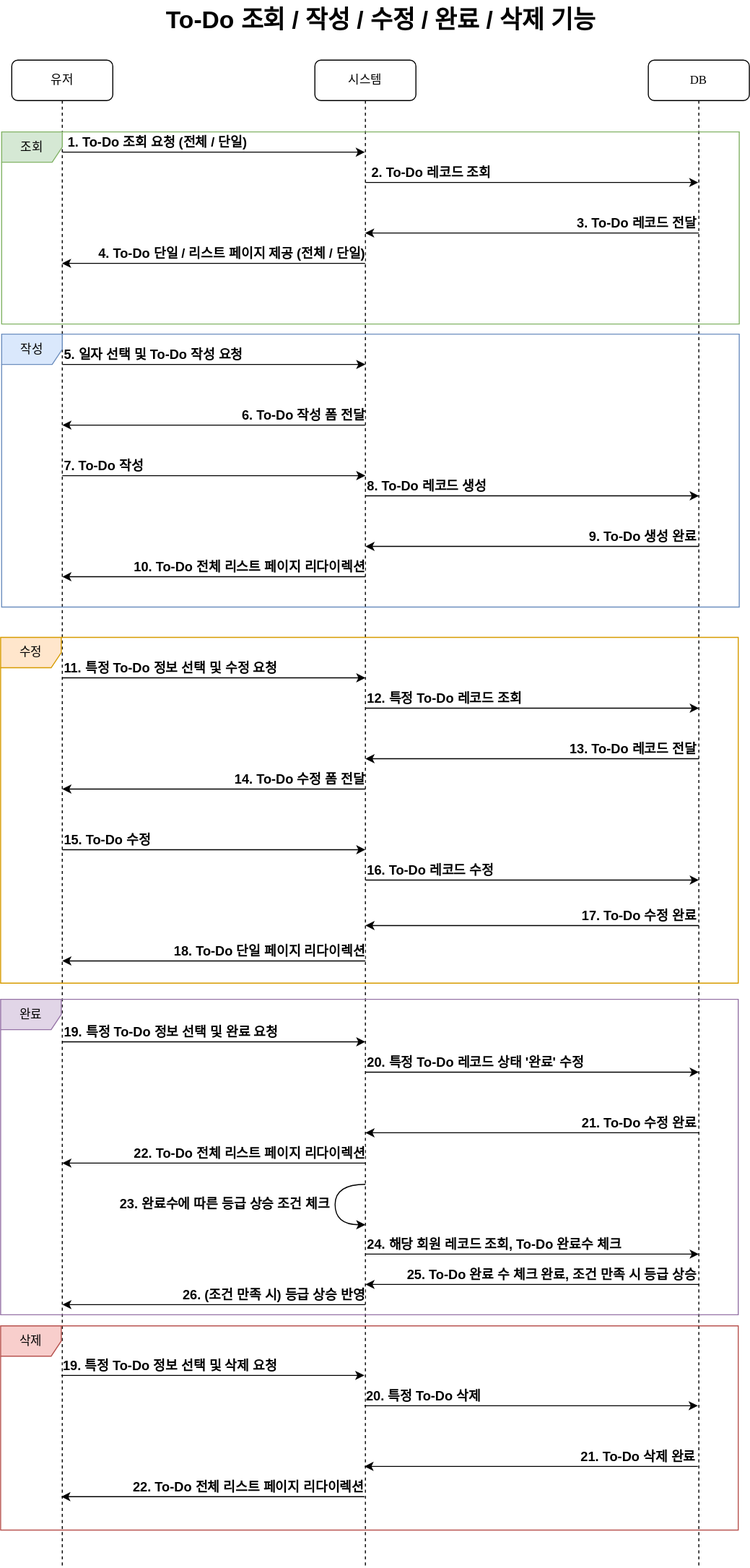
Above: documents/sequence-diagram-todo.drawio.svg in mrcocoball/To-Dolist (draw.io), before the change. Source tidied: cells renumbered, new cells last; positions are measured from the earlier drawing's top-left corner, leaving out a move shared by most shapes.
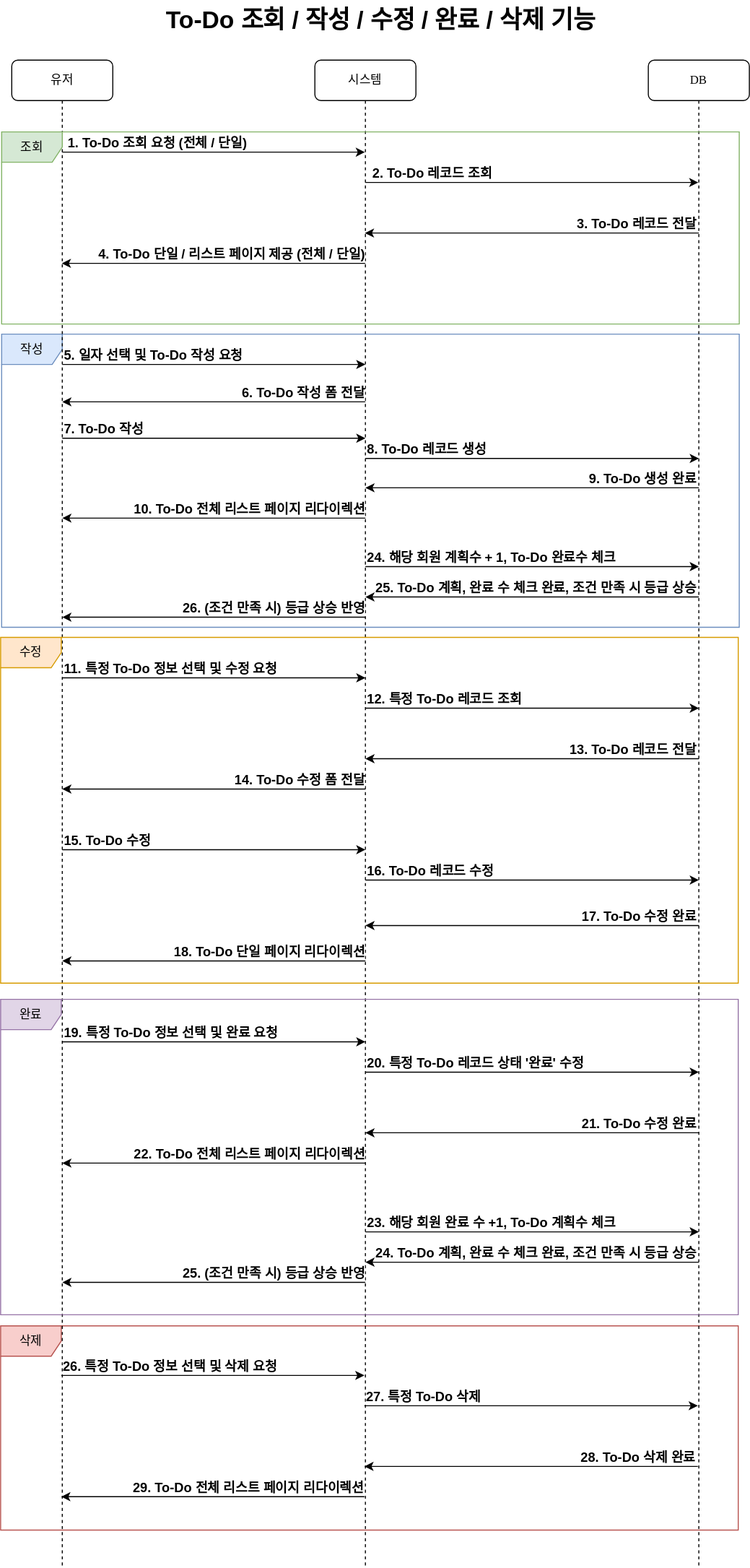
Above is the later version.

Commit message:
#42 - sequence-diagram-todo 수정

The edit, as a diff of the source:
```diff
@@ -2,6 +2,12 @@
   <root>
     <mxCell id="0" />
     <mxCell id="1" parent="0" />
+    <mxCell id="62" value="삭제" style="shape=umlFrame;whiteSpace=wrap;html=1;fillColor=#f8cecc;strokeColor=#b85450;" parent="1" vertex="1">
+      <mxGeometry y="1311" width="730" height="202" as="geometry" />
+    </mxCell>
+    <mxCell id="33" value="작성" style="shape=umlFrame;whiteSpace=wrap;html=1;fillColor=#dae8fc;strokeColor=#6c8ebf;" parent="1" vertex="1">
+      <mxGeometry x="1" y="330" width="730" height="290" as="geometry" />
+    </mxCell>
     <mxCell id="2" value="To-Do 조회 / 작성 / 수정 / 완료 / 삭제 기능" style="text;strokeColor=none;fillColor=none;html=1;fontSize=24;fontStyle=1;verticalAlign=middle;align=center;" parent="1" vertex="1">
       <mxGeometry x="326" width="100" height="40" as="geometry" />
     </mxCell>
@@ -26,12 +32,12 @@
     </mxCell>
     <mxCell id="7" style="endArrow=classic;html=1;rounded=0;" parent="3" edge="1">
       <mxGeometry relative="1" as="geometry">
-        <mxPoint x="50" y="361" as="sourcePoint" />
-        <mxPoint x="-250" y="361" as="targetPoint" />
+        <mxPoint x="50" y="338" as="sourcePoint" />
+        <mxPoint x="-250" y="338" as="targetPoint" />
       </mxGeometry>
     </mxCell>
     <mxCell id="8" value="6. To-Do 작성 폼 전달" style="edgeLabel;html=1;align=right;verticalAlign=middle;fontSize=13;fontStyle=1;" parent="3" vertex="1">
-      <mxGeometry x="50" y="351" as="geometry" />
+      <mxGeometry x="50" y="328" as="geometry" />
     </mxCell>
     <mxCell id="9" style="endArrow=classic;html=1;rounded=0;" parent="3" edge="1">
       <mxGeometry relative="1" as="geometry">
@@ -102,8 +108,8 @@
     </mxCell>
     <mxCell id="25" style="endArrow=classic;html=1;rounded=0;" parent="1" edge="1">
       <mxGeometry relative="1" as="geometry">
-        <mxPoint x="61" y="470" as="sourcePoint" />
-        <mxPoint x="361" y="470" as="targetPoint" />
+        <mxPoint x="61" y="433" as="sourcePoint" />
+        <mxPoint x="361" y="433" as="targetPoint" />
       </mxGeometry>
     </mxCell>
     <mxCell id="26" value="7. To-Do 작성" style="edgeLabel;html=1;align=left;verticalAlign=middle;fontSize=13;fontStyle=1;" parent="25" vertex="1">
@@ -113,34 +119,31 @@
     </mxCell>
     <mxCell id="27" style="endArrow=classic;html=1;rounded=0;" parent="1" edge="1">
       <mxGeometry relative="1" as="geometry">
-        <mxPoint x="361" y="490" as="sourcePoint" />
-        <mxPoint x="691" y="490" as="targetPoint" />
+        <mxPoint x="361" y="453" as="sourcePoint" />
+        <mxPoint x="691" y="453" as="targetPoint" />
       </mxGeometry>
     </mxCell>
     <mxCell id="28" value="8. To-Do 레코드 생성" style="edgeLabel;html=1;align=left;verticalAlign=middle;fontSize=13;fontStyle=1;" parent="1" vertex="1">
-      <mxGeometry x="361" y="480" as="geometry" />
+      <mxGeometry x="361" y="443" as="geometry" />
     </mxCell>
     <mxCell id="29" style="endArrow=classic;html=1;rounded=0;" parent="1" edge="1">
       <mxGeometry relative="1" as="geometry">
-        <mxPoint x="691" y="540" as="sourcePoint" />
-        <mxPoint x="361" y="540" as="targetPoint" />
+        <mxPoint x="691" y="482" as="sourcePoint" />
+        <mxPoint x="361" y="482" as="targetPoint" />
       </mxGeometry>
     </mxCell>
     <mxCell id="30" value="9. To-Do 생성 완료" style="edgeLabel;html=1;align=right;verticalAlign=middle;fontSize=13;fontStyle=1;" parent="1" vertex="1">
-      <mxGeometry x="689" y="530" as="geometry" />
+      <mxGeometry x="689" y="472" as="geometry" />
     </mxCell>
     <mxCell id="31" style="endArrow=classic;html=1;rounded=0;" parent="1" edge="1">
       <mxGeometry relative="1" as="geometry">
-        <mxPoint x="361" y="570" as="sourcePoint" />
-        <mxPoint x="61" y="570" as="targetPoint" />
+        <mxPoint x="361" y="512" as="sourcePoint" />
+        <mxPoint x="61" y="512" as="targetPoint" />
       </mxGeometry>
     </mxCell>
     <mxCell id="32" value="10. To-Do 전체 리스트 페이지 리다이렉션" style="edgeLabel;html=1;align=right;verticalAlign=middle;fontSize=13;fontStyle=1;" parent="1" vertex="1">
-      <mxGeometry x="361" y="560" as="geometry" />
+      <mxGeometry x="361" y="502" as="geometry" />
     </mxCell>
-    <mxCell id="33" value="작성" style="shape=umlFrame;whiteSpace=wrap;html=1;fillColor=#dae8fc;strokeColor=#6c8ebf;" parent="1" vertex="1">
-      <mxGeometry x="1" y="330" width="730" height="270" as="geometry" />
-    </mxCell>
     <mxCell id="34" value="조회" style="shape=umlFrame;whiteSpace=wrap;html=1;fillColor=#d5e8d4;strokeColor=#82b366;" parent="1" vertex="1">
       <mxGeometry x="1" y="130" width="730" height="190" as="geometry" />
     </mxCell>
@@ -238,7 +241,7 @@
         <mxPoint x="360" y="1360" as="targetPoint" />
       </mxGeometry>
     </mxCell>
-    <mxCell id="55" value="19. 특정 To-Do 정보 선택 및 삭제 요청" style="edgeLabel;html=1;align=left;verticalAlign=middle;fontSize=13;fontStyle=1;" parent="54" vertex="1">
+    <mxCell id="55" value="26. 특정 To-Do 정보 선택 및 삭제 요청" style="edgeLabel;html=1;align=left;verticalAlign=middle;fontSize=13;fontStyle=1;" parent="54" vertex="1">
       <mxGeometry x="-0.25" y="4" relative="1" as="geometry">
         <mxPoint x="-113" y="-6" as="offset" />
       </mxGeometry>
@@ -249,7 +252,7 @@
         <mxPoint x="690" y="1390" as="targetPoint" />
       </mxGeometry>
     </mxCell>
-    <mxCell id="57" value="20. 특정 To-Do 삭제" style="edgeLabel;html=1;align=left;verticalAlign=middle;fontSize=13;fontStyle=1;" parent="1" vertex="1">
+    <mxCell id="57" value="27. 특정 To-Do 삭제" style="edgeLabel;html=1;align=left;verticalAlign=middle;fontSize=13;fontStyle=1;" parent="1" vertex="1">
       <mxGeometry x="360" y="1380" as="geometry" />
     </mxCell>
     <mxCell id="58" style="endArrow=classic;html=1;rounded=0;" parent="1" edge="1">
@@ -258,7 +261,7 @@
         <mxPoint x="360" y="1450" as="targetPoint" />
       </mxGeometry>
     </mxCell>
-    <mxCell id="59" value="21. To-Do 삭제 완료" style="edgeLabel;html=1;align=right;verticalAlign=middle;fontSize=13;fontStyle=1;" parent="1" vertex="1">
+    <mxCell id="59" value="28. To-Do 삭제 완료" style="edgeLabel;html=1;align=right;verticalAlign=middle;fontSize=13;fontStyle=1;" parent="1" vertex="1">
       <mxGeometry x="688" y="1440" as="geometry" />
     </mxCell>
     <mxCell id="60" style="endArrow=classic;html=1;rounded=0;" parent="1" edge="1">
@@ -267,52 +270,62 @@
         <mxPoint x="60" y="1480" as="targetPoint" />
       </mxGeometry>
     </mxCell>
-    <mxCell id="61" value="22. To-Do 전체 리스트 페이지 리다이렉션" style="edgeLabel;html=1;align=right;verticalAlign=middle;fontSize=13;fontStyle=1;" parent="1" vertex="1">
+    <mxCell id="61" value="29. To-Do 전체 리스트 페이지 리다이렉션" style="edgeLabel;html=1;align=right;verticalAlign=middle;fontSize=13;fontStyle=1;" parent="1" vertex="1">
       <mxGeometry x="360" y="1470" as="geometry" />
     </mxCell>
-    <mxCell id="62" value="삭제" style="shape=umlFrame;whiteSpace=wrap;html=1;fillColor=#f8cecc;strokeColor=#b85450;" parent="1" vertex="1">
-      <mxGeometry y="1311" width="730" height="202" as="geometry" />
-    </mxCell>
-    <mxCell id="63" style="endArrow=classic;html=1;rounded=0;edgeStyle=orthogonalEdgeStyle;curved=1;" parent="1" edge="1">
-      <mxGeometry relative="1" as="geometry">
-        <mxPoint x="361" y="1171" as="sourcePoint" />
-        <mxPoint x="361" y="1211" as="targetPoint" />
-        <Array as="points">
-          <mxPoint x="361" y="1171" />
-          <mxPoint x="331" y="1171" />
-          <mxPoint x="331" y="1211" />
-        </Array>
-      </mxGeometry>
-    </mxCell>
     <mxCell id="64" style="endArrow=classic;html=1;rounded=0;" parent="1" edge="1">
       <mxGeometry relative="1" as="geometry">
-        <mxPoint x="361" y="1240" as="sourcePoint" />
-        <mxPoint x="691" y="1240" as="targetPoint" />
+        <mxPoint x="361" y="1218" as="sourcePoint" />
+        <mxPoint x="691" y="1218" as="targetPoint" />
       </mxGeometry>
     </mxCell>
-    <mxCell id="65" value="24. 해당 회원 레코드 조회, To-Do 완료수 체크" style="edgeLabel;html=1;align=left;verticalAlign=middle;fontSize=13;fontStyle=1;" parent="1" vertex="1">
-      <mxGeometry x="361" y="1230" as="geometry" />
+    <mxCell id="65" value="23. 해당 회원 완료 수 +1, To-Do 계획수 체크" style="edgeLabel;html=1;align=left;verticalAlign=middle;fontSize=13;fontStyle=1;" parent="1" vertex="1">
+      <mxGeometry x="361" y="1208" as="geometry" />
     </mxCell>
     <mxCell id="66" style="endArrow=classic;html=1;rounded=0;" parent="1" edge="1">
       <mxGeometry relative="1" as="geometry">
-        <mxPoint x="691" y="1270" as="sourcePoint" />
-        <mxPoint x="361" y="1270" as="targetPoint" />
+        <mxPoint x="691" y="1248" as="sourcePoint" />
+        <mxPoint x="361" y="1248" as="targetPoint" />
       </mxGeometry>
     </mxCell>
-    <mxCell id="67" value="25. To-Do 완료 수 체크 완료, 조건 만족 시 등급 상승" style="edgeLabel;html=1;align=right;verticalAlign=middle;fontSize=13;fontStyle=1;" parent="1" vertex="1">
-      <mxGeometry x="689" y="1260" as="geometry" />
+    <mxCell id="67" value="24. To-Do 계획, 완료 수 체크 완료, 조건 만족 시 등급 상승" style="edgeLabel;html=1;align=right;verticalAlign=middle;fontSize=13;fontStyle=1;" parent="1" vertex="1">
+      <mxGeometry x="689" y="1238" as="geometry" />
     </mxCell>
     <mxCell id="68" style="endArrow=classic;html=1;rounded=0;" parent="1" edge="1">
       <mxGeometry relative="1" as="geometry">
-        <mxPoint x="361" y="1290" as="sourcePoint" />
-        <mxPoint x="61" y="1290" as="targetPoint" />
+        <mxPoint x="361" y="1268" as="sourcePoint" />
+        <mxPoint x="61" y="1268" as="targetPoint" />
       </mxGeometry>
     </mxCell>
-    <mxCell id="69" value="26. (조건 만족 시) 등급 상승 반영" style="edgeLabel;html=1;align=right;verticalAlign=middle;fontSize=13;fontStyle=1;" parent="1" vertex="1">
-      <mxGeometry x="361" y="1280" as="geometry" />
+    <mxCell id="69" value="25. (조건 만족 시) 등급 상승 반영" style="edgeLabel;html=1;align=right;verticalAlign=middle;fontSize=13;fontStyle=1;" parent="1" vertex="1">
+      <mxGeometry x="361" y="1258" as="geometry" />
     </mxCell>
-    <mxCell id="70" value="23. 완료수에 따른 등급 상승 조건 체크" style="edgeLabel;html=1;align=right;verticalAlign=middle;fontSize=13;fontStyle=1;" parent="1" vertex="1">
-      <mxGeometry x="326" y="1190" as="geometry" />
-    </mxCell>
+    <mxCell id="71" style="endArrow=classic;html=1;rounded=0;" parent="1" edge="1">
+      <mxGeometry relative="1" as="geometry">
+        <mxPoint x="361" y="560" as="sourcePoint" />
+        <mxPoint x="691" y="560" as="targetPoint" />
+      </mxGeometry>
+    </mxCell>
+    <mxCell id="72" value="24. 해당 회원 계획수 + 1, To-Do 완료수 체크" style="edgeLabel;html=1;align=left;verticalAlign=middle;fontSize=13;fontStyle=1;" parent="1" vertex="1">
+      <mxGeometry x="361" y="550" as="geometry" />
+    </mxCell>
+    <mxCell id="73" style="endArrow=classic;html=1;rounded=0;" parent="1" edge="1">
+      <mxGeometry relative="1" as="geometry">
+        <mxPoint x="691" y="590" as="sourcePoint" />
+        <mxPoint x="361" y="590" as="targetPoint" />
+      </mxGeometry>
+    </mxCell>
+    <mxCell id="74" value="25. To-Do 계획, 완료 수 체크 완료, 조건 만족 시 등급 상승" style="edgeLabel;html=1;align=right;verticalAlign=middle;fontSize=13;fontStyle=1;" parent="1" vertex="1">
+      <mxGeometry x="689" y="580" as="geometry" />
+    </mxCell>
+    <mxCell id="75" style="endArrow=classic;html=1;rounded=0;" parent="1" edge="1">
+      <mxGeometry relative="1" as="geometry">
+        <mxPoint x="361" y="610" as="sourcePoint" />
+        <mxPoint x="61" y="610" as="targetPoint" />
+      </mxGeometry>
+    </mxCell>
+    <mxCell id="76" value="26. (조건 만족 시) 등급 상승 반영" style="edgeLabel;html=1;align=right;verticalAlign=middle;fontSize=13;fontStyle=1;" parent="1" vertex="1">
+      <mxGeometry x="361" y="600" as="geometry" />
+    </mxCell>
   </root>
 </mxGraphModel>
```
